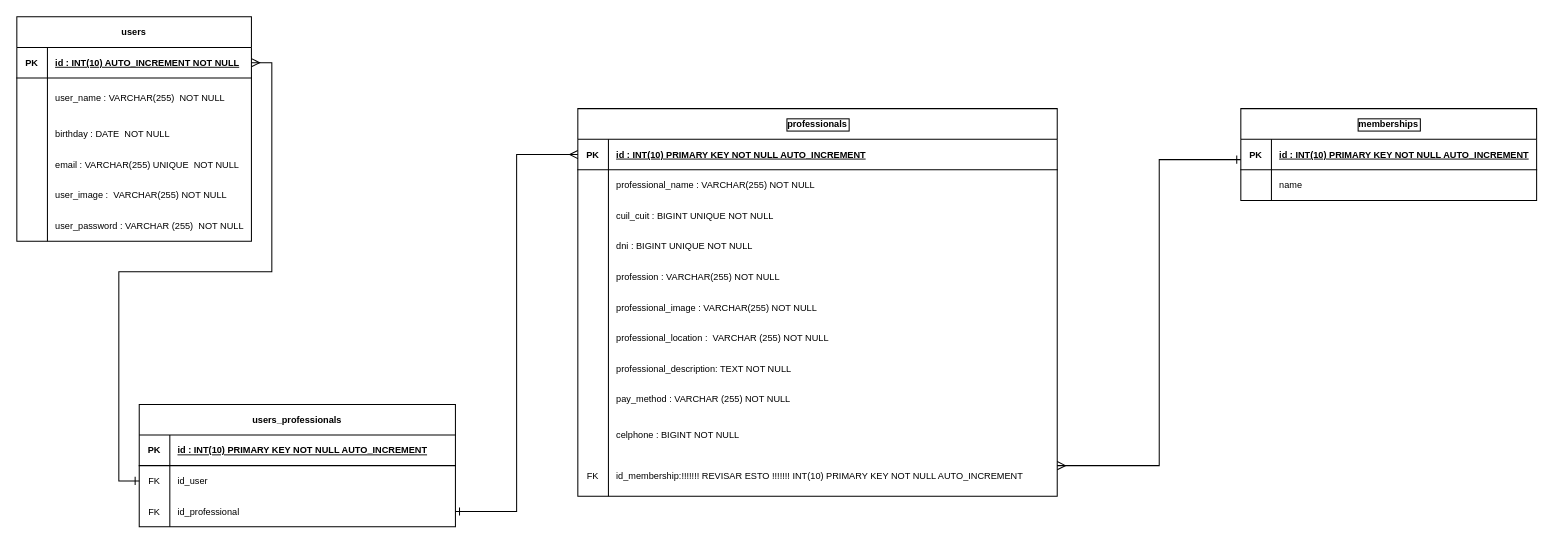
Above: diagrama.drawio in 0621CDFSNCN12LAED/grupo-11 (draw.io), before the change. Source tidied: cells renumbered, new cells numbered last; positions are measured from the earlier drawing's top-left corner, leaving out a move shared by most shapes. Both pictures are drawn from the tidied source at 102%, with x=0, y=0 at pixel (16, 16).
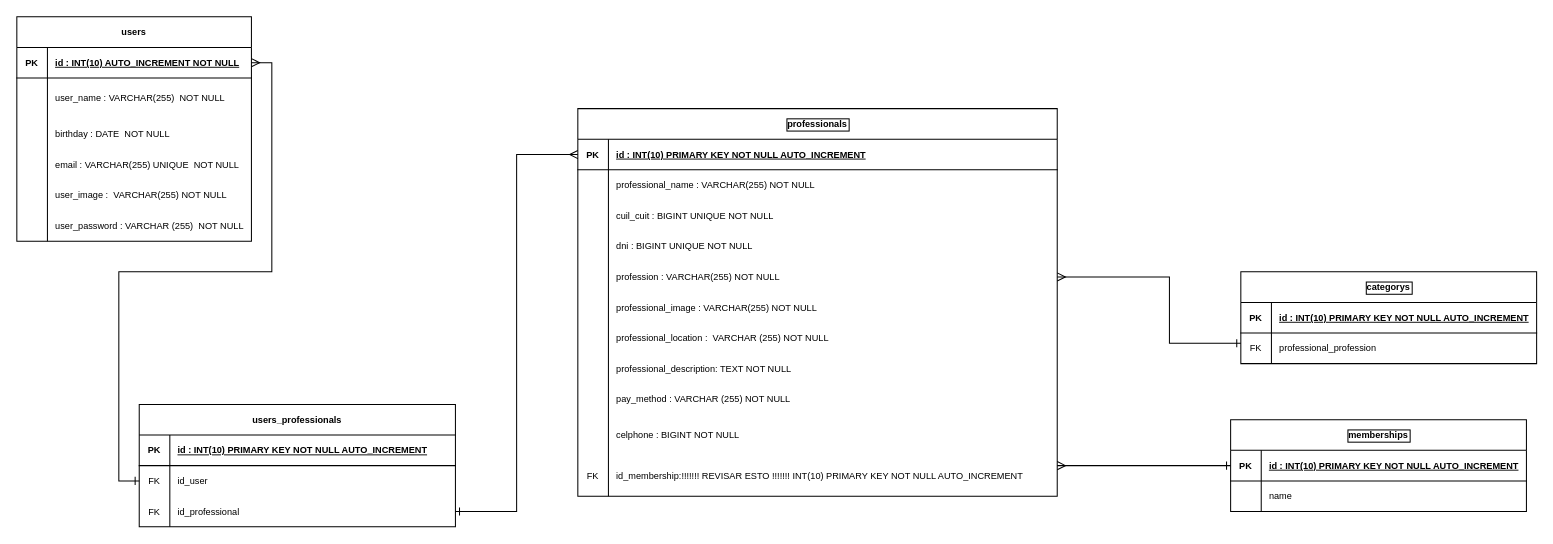
Above is the later version.

Commit message (it also covers changes not shown here):
diagrama actualizado, categorys

Unchanged cells that the change refers to:
```xml
<mxCell id="34" style="shape=partialRectangle;fillColor=none;top=0;left=0;bottom=0;right=0;points=[[0,0.5],[1,0.5]];portConstraint=eastwest;fontSize=9;" parent="21" vertex="1">
  <mxGeometry y="150" width="470" height="30" as="geometry" />
</mxCell>
<mxCell id="68" style="shape=partialRectangle;fillColor=none;top=0;left=0;bottom=1;right=0;points=[[0,0.5],[1,0.5]];portConstraint=eastwest;fontSize=9;" parent="67" vertex="1">
  <mxGeometry y="30" width="290" height="30" as="geometry" />
</mxCell>
```

Change to the diagram source:
```diff
@@
     <mxCell id="67" value="memberships" style="shape=table;startSize=30;childLayout=tableLayout;rowLines=0;fontStyle=1;align=center;labelBorderColor=#000000;fontSize=9;" parent="1" vertex="1">
-      <mxGeometry x="1200" y="90" width="290" height="90" as="geometry" />
+      <mxGeometry x="1190" y="395" width="290" height="90" as="geometry" />
     </mxCell>
@@
-    <mxCell id="74" style="edgeStyle=orthogonalEdgeStyle;rounded=0;orthogonalLoop=1;jettySize=auto;html=1;endArrow=ERmany;endFill=0;startArrow=ERone;startFill=0;" parent="1" edge="1">
+    <mxCell id="74" style="edgeStyle=orthogonalEdgeStyle;rounded=0;jettySize=auto;html=1;endArrow=ERmany;endFill=0;startArrow=ERone;startFill=0;" parent="1" edge="1" source="68">
       <mxGeometry relative="1" as="geometry">
-        <mxPoint x="1200" y="140" as="sourcePoint" />
         <mxPoint x="1020" y="440" as="targetPoint" />
-        <Array as="points">
-          <mxPoint x="1120" y="140" />
-          <mxPoint x="1120" y="440" />
-        </Array>
       </mxGeometry>
     </mxCell>
+    <mxCell id="75" value="categorys" style="shape=table;startSize=30;childLayout=tableLayout;rowLines=0;fontStyle=1;align=center;labelBorderColor=#000000;fontSize=9;" parent="1" vertex="1">
+      <mxGeometry x="1200" y="250" width="290" height="90" as="geometry" />
+    </mxCell>
+    <mxCell id="76" style="shape=partialRectangle;fillColor=none;top=0;left=0;bottom=1;right=0;fontSize=9;" parent="75" vertex="1">
+      <mxGeometry y="30" width="290" height="30" as="geometry" />
+    </mxCell>
+    <mxCell id="77" value="PK" style="shape=partialRectangle;fillColor=none;top=0;left=0;bottom=0;right=0;fontStyle=1;overflow=hidden;fontSize=9;" parent="76" vertex="1">
+      <mxGeometry width="30" height="30" as="geometry" />
+    </mxCell>
+    <mxCell id="78" value="id : INT(10) PRIMARY KEY NOT NULL AUTO_INCREMENT" style="shape=partialRectangle;fillColor=none;top=0;left=0;bottom=0;right=0;align=left;spacingLeft=6;fontStyle=5;overflow=hidden;fontSize=9;" parent="76" vertex="1">
+      <mxGeometry x="30" width="260" height="30" as="geometry" />
+    </mxCell>
+    <mxCell id="79" style="shape=partialRectangle;fillColor=none;top=0;left=0;bottom=0;right=0;fontSize=9;" parent="75" vertex="1">
+      <mxGeometry y="60" width="290" height="30" as="geometry" />
+    </mxCell>
+    <mxCell id="80" value="FK" style="shape=partialRectangle;fillColor=none;top=0;left=0;bottom=0;right=0;overflow=hidden;fontSize=9;" parent="79" vertex="1">
+      <mxGeometry width="30" height="30" as="geometry" />
+    </mxCell>
+    <mxCell id="81" value="professional_profession" style="shape=partialRectangle;fillColor=none;top=0;left=0;bottom=0;right=0;align=left;spacingLeft=6;overflow=hidden;fontSize=9;" parent="79" vertex="1">
+      <mxGeometry x="30" width="260" height="30" as="geometry" />
+    </mxCell>
+    <mxCell id="82" style="edgeStyle=orthogonalEdgeStyle;rounded=0;jettySize=auto;html=1;endArrow=ERmany;endFill=0;startArrow=ERone;startFill=0;entryX=1;entryY=0.5;entryDx=0;entryDy=0;" parent="1" edge="1" target="34">
+      <mxGeometry relative="1" as="geometry">
+        <mxPoint x="1200" y="320" as="sourcePoint" />
+        <Array as="points">
+          <mxPoint x="1130" y="320" />
+          <mxPoint x="1130" y="255" />
+        </Array>
+      </mxGeometry>
+    </mxCell>
```
